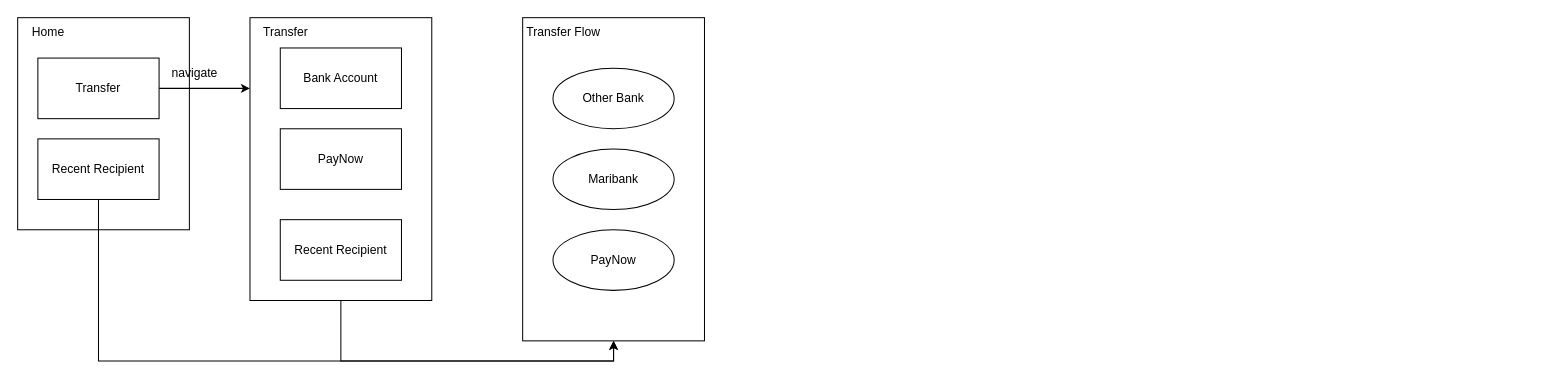
Before: Untitled Diagram.drawio in RexYao97/sfrex, a draw.io diagram. Source tidied: cells renumbered, new cells numbered last; positions are measured from the earlier drawing's top-left corner, leaving out a move shared by most shapes. Both pictures are drawn from the tidied source at 101%, with x=0, y=0 at pixel (17, 17).
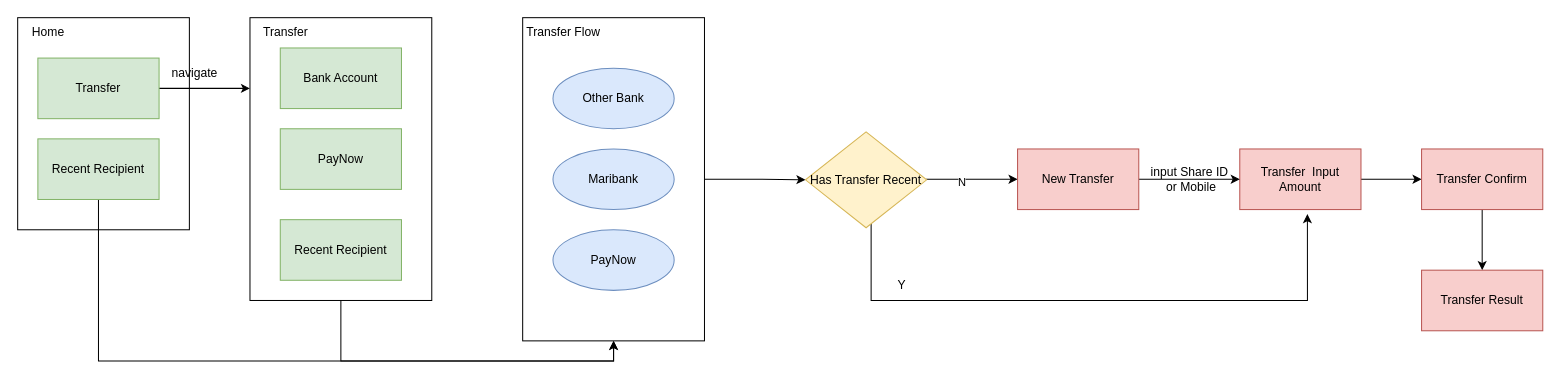
Above is the later version.

The change refers to these unchanged cells:
```xml
<mxCell id="15" style="rounded=0;whiteSpace=wrap;html=1;" parent="1" vertex="1">
  <mxGeometry x="500" width="180" height="320" as="geometry" />
</mxCell>
```

What changed in the source:
```diff
@@
-    <mxCell id="4" value="Transfer" style="rounded=0;whiteSpace=wrap;html=1;" parent="1" vertex="1">
+    <mxCell id="4" value="Transfer" style="rounded=0;whiteSpace=wrap;html=1;fillColor=#d5e8d4;strokeColor=#82b366;" parent="1" vertex="1">
       <mxGeometry x="20" y="40" width="120" height="60" as="geometry" />
     </mxCell>
@@
-    <mxCell id="7" value="Recent Recipient" style="rounded=0;whiteSpace=wrap;html=1;" parent="1" vertex="1">
+    <mxCell id="7" value="Recent Recipient" style="rounded=0;whiteSpace=wrap;html=1;fillColor=#d5e8d4;strokeColor=#82b366;" parent="1" vertex="1">
       <mxGeometry x="20" y="120" width="120" height="60" as="geometry" />
     </mxCell>
@@
-    <mxCell id="10" value="Bank Account" style="rounded=0;whiteSpace=wrap;html=1;" parent="1" vertex="1">
+    <mxCell id="10" value="Bank Account" style="rounded=0;whiteSpace=wrap;html=1;fillColor=#d5e8d4;strokeColor=#82b366;" parent="1" vertex="1">
       <mxGeometry x="260" y="30" width="120" height="60" as="geometry" />
     </mxCell>
-    <mxCell id="11" value="PayNow" style="rounded=0;whiteSpace=wrap;html=1;" parent="1" vertex="1">
+    <mxCell id="11" value="PayNow" style="rounded=0;whiteSpace=wrap;html=1;fillColor=#d5e8d4;strokeColor=#82b366;" parent="1" vertex="1">
       <mxGeometry x="260" y="110" width="120" height="60" as="geometry" />
     </mxCell>
@@
-    <mxCell id="13" value="Recent Recipient" style="rounded=0;whiteSpace=wrap;html=1;" parent="1" vertex="1">
+    <mxCell id="13" value="Recent Recipient" style="rounded=0;whiteSpace=wrap;html=1;fillColor=#d5e8d4;strokeColor=#82b366;" parent="1" vertex="1">
       <mxGeometry x="260" y="200" width="120" height="60" as="geometry" />
     </mxCell>
@@
+    <mxCell id="20" style="edgeStyle=orthogonalEdgeStyle;rounded=0;jettySize=auto;html=1;entryX=0;entryY=0.5;entryDx=0;entryDy=0;" parent="1" edge="1" source="15" target="24">
+      <mxGeometry relative="1" as="geometry" />
+    </mxCell>
@@
-    <mxCell id="17" value="&lt;span style=&quot;&quot;&gt;Other Bank&lt;/span&gt;" style="ellipse;whiteSpace=wrap;html=1;fontFamily=Helvetica;fontSize=12;fontColor=default;align=center;strokeColor=default;fillColor=default;" parent="1" vertex="1">
+    <mxCell id="17" value="&lt;span style=&quot;&quot;&gt;Other Bank&lt;/span&gt;" style="ellipse;whiteSpace=wrap;html=1;fontFamily=Helvetica;fontSize=12;align=center;strokeColor=#6c8ebf;fillColor=#dae8fc;" parent="1" vertex="1">
       <mxGeometry x="530" y="50" width="120" height="60" as="geometry" />
     </mxCell>
-    <mxCell id="18" value="&lt;span style=&quot;&quot;&gt;Maribank&lt;/span&gt;" style="ellipse;whiteSpace=wrap;html=1;fontFamily=Helvetica;fontSize=12;fontColor=default;align=center;strokeColor=default;fillColor=default;" parent="1" vertex="1">
+    <mxCell id="18" value="&lt;span style=&quot;&quot;&gt;Maribank&lt;/span&gt;" style="ellipse;whiteSpace=wrap;html=1;fontFamily=Helvetica;fontSize=12;align=center;strokeColor=#6c8ebf;fillColor=#dae8fc;" parent="1" vertex="1">
       <mxGeometry x="530" y="130" width="120" height="60" as="geometry" />
     </mxCell>
-    <mxCell id="19" value="&lt;span style=&quot;&quot;&gt;PayNow&lt;/span&gt;" style="ellipse;whiteSpace=wrap;html=1;fontFamily=Helvetica;fontSize=12;fontColor=default;align=center;strokeColor=default;fillColor=default;" parent="1" vertex="1">
+    <mxCell id="19" value="&lt;span style=&quot;&quot;&gt;PayNow&lt;/span&gt;" style="ellipse;whiteSpace=wrap;html=1;fontFamily=Helvetica;fontSize=12;align=center;strokeColor=#6c8ebf;fillColor=#dae8fc;" parent="1" vertex="1">
       <mxGeometry x="530" y="210" width="120" height="60" as="geometry" />
     </mxCell>
+    <mxCell id="21" style="edgeStyle=orthogonalEdgeStyle;rounded=0;jettySize=auto;html=1;" parent="1" edge="1" source="24">
+      <mxGeometry relative="1" as="geometry">
+        <mxPoint x="990" y="160" as="targetPoint" />
+      </mxGeometry>
+    </mxCell>
+    <mxCell id="22" value="N" style="edgeLabel;html=1;align=center;verticalAlign=middle;" parent="21" vertex="1">
+      <mxGeometry x="-0.23" y="-2" relative="1" as="geometry" />
+    </mxCell>
+    <mxCell id="23" style="edgeStyle=orthogonalEdgeStyle;rounded=0;jettySize=auto;html=1;entryX=0.558;entryY=1.075;entryDx=0;entryDy=0;entryPerimeter=0;" parent="1" edge="1" source="24" target="26">
+      <mxGeometry relative="1" as="geometry">
+        <Array as="points">
+          <mxPoint x="845" y="280" />
+          <mxPoint x="1277" y="280" />
+        </Array>
+      </mxGeometry>
+    </mxCell>
+    <mxCell id="24" value="Has Transfer Recent" style="rhombus;whiteSpace=wrap;html=1;fillColor=#fff2cc;strokeColor=#d6b656;" parent="1" vertex="1">
+      <mxGeometry x="780" y="113" width="120" height="95" as="geometry" />
+    </mxCell>
+    <mxCell id="25" style="edgeStyle=orthogonalEdgeStyle;rounded=0;jettySize=auto;html=1;" parent="1" edge="1" source="26" target="32">
+      <mxGeometry relative="1" as="geometry" />
+    </mxCell>
+    <mxCell id="26" value="Transfer&amp;nbsp; Input Amount" style="rounded=0;whiteSpace=wrap;html=1;fillColor=#f8cecc;strokeColor=#b85450;" parent="1" vertex="1">
+      <mxGeometry x="1210" y="130" width="120" height="60" as="geometry" />
+    </mxCell>
+    <mxCell id="27" style="edgeStyle=orthogonalEdgeStyle;rounded=0;jettySize=auto;html=1;" parent="1" edge="1" source="28" target="26">
+      <mxGeometry relative="1" as="geometry" />
+    </mxCell>
+    <mxCell id="28" value="New Transfer" style="rounded=0;whiteSpace=wrap;html=1;fillColor=#f8cecc;strokeColor=#b85450;" parent="1" vertex="1">
+      <mxGeometry x="990" y="130" width="120" height="60" as="geometry" />
+    </mxCell>
+    <mxCell id="29" value="input Share ID&lt;br&gt;&amp;nbsp;or Mobile" style="text;html=1;align=center;verticalAlign=middle;strokeColor=none;fillColor=none;" parent="1" vertex="1">
+      <mxGeometry x="1110" y="140" width="100" height="40" as="geometry" />
+    </mxCell>
+    <mxCell id="30" value="Y" style="text;html=1;align=center;verticalAlign=middle;strokeColor=none;fillColor=none;" parent="1" vertex="1">
+      <mxGeometry x="860" y="250" width="30" height="30" as="geometry" />
+    </mxCell>
+    <mxCell id="31" style="edgeStyle=orthogonalEdgeStyle;rounded=0;jettySize=auto;html=1;" parent="1" edge="1" source="32" target="33">
+      <mxGeometry relative="1" as="geometry" />
+    </mxCell>
+    <mxCell id="32" value="Transfer Confirm" style="rounded=0;whiteSpace=wrap;html=1;fillColor=#f8cecc;strokeColor=#b85450;" parent="1" vertex="1">
+      <mxGeometry x="1390" y="130" width="120" height="60" as="geometry" />
+    </mxCell>
+    <mxCell id="33" value="Transfer Result" style="rounded=0;whiteSpace=wrap;html=1;fillColor=#f8cecc;strokeColor=#b85450;" parent="1" vertex="1">
+      <mxGeometry x="1390" y="250" width="120" height="60" as="geometry" />
+    </mxCell>
```
